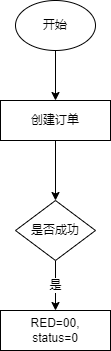
The draw.io diagram 厦门国际代付订单状态流转.drawio.png in songyibo2019/mydiagrams, before a commit. Source tidied: cells renumbered, new cells last; positions are measured from the earlier drawing's top-left corner, leaving out a move shared by most shapes. Source of this version:
```xml
<mxGraphModel>
  <root>
    <mxCell id="0" />
    <mxCell id="1" parent="0" />
    <mxCell id="2" style="edgeStyle=orthogonalEdgeStyle;rounded=0;jettySize=auto;html=1;exitX=0.5;exitY=1;exitDx=0;exitDy=0;entryX=0.5;entryY=0;entryDx=0;entryDy=0;" parent="1" edge="1" source="3" target="7">
      <mxGeometry relative="1" as="geometry" />
    </mxCell>
    <mxCell id="3" value="开始" style="ellipse;whiteSpace=wrap;html=1;" parent="1" vertex="1">
      <mxGeometry x="15" width="80" height="50" as="geometry" />
    </mxCell>
    <mxCell id="4" value="是" style="edgeStyle=orthogonalEdgeStyle;rounded=0;jettySize=auto;html=1;" parent="1" edge="1" source="5">
      <mxGeometry relative="1" as="geometry">
        <mxPoint x="55" y="310" as="targetPoint" />
      </mxGeometry>
    </mxCell>
    <mxCell id="5" value="是否成功" style="rhombus;whiteSpace=wrap;html=1;" parent="1" vertex="1">
      <mxGeometry x="15" y="200" width="80" height="60" as="geometry" />
    </mxCell>
    <mxCell id="6" style="edgeStyle=orthogonalEdgeStyle;rounded=0;jettySize=auto;html=1;exitX=0.5;exitY=1;exitDx=0;exitDy=0;entryX=0.5;entryY=0;entryDx=0;entryDy=0;" parent="1" edge="1" source="7" target="5">
      <mxGeometry relative="1" as="geometry" />
    </mxCell>
    <mxCell id="7" value="创建订单" style="rounded=0;whiteSpace=wrap;html=1;" parent="1" vertex="1">
      <mxGeometry y="100" width="110" height="40" as="geometry" />
    </mxCell>
    <mxCell id="8" value="RED=00,&lt;br&gt;status=0" style="rounded=0;whiteSpace=wrap;html=1;" parent="1" vertex="1">
      <mxGeometry y="310" width="110" height="40" as="geometry" />
    </mxCell>
  </root>
</mxGraphModel>
```
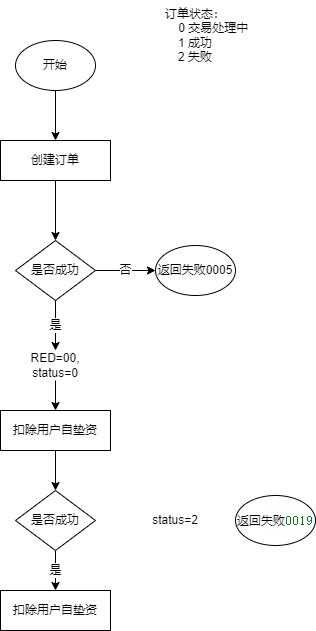
Above is the later version.

Commit message:
Update 厦门国际代付订单状态流转.drawio.png

Diff of the diagram source:
```diff
@@ -13,6 +13,9 @@
         <mxPoint x="55" y="310" as="targetPoint" />
       </mxGeometry>
     </mxCell>
+    <mxCell id="9" value="否" style="edgeStyle=orthogonalEdgeStyle;rounded=0;jettySize=auto;html=1;exitX=1;exitY=0.5;exitDx=0;exitDy=0;entryX=0;entryY=0.5;entryDx=0;entryDy=0;" parent="1" edge="1" source="5" target="11">
+      <mxGeometry relative="1" as="geometry" />
+    </mxCell>
     <mxCell id="5" value="是否成功" style="rhombus;whiteSpace=wrap;html=1;" parent="1" vertex="1">
       <mxGeometry x="15" y="200" width="80" height="60" as="geometry" />
     </mxCell>
@@ -22,8 +25,38 @@
     <mxCell id="7" value="创建订单" style="rounded=0;whiteSpace=wrap;html=1;" parent="1" vertex="1">
       <mxGeometry y="100" width="110" height="40" as="geometry" />
     </mxCell>
+    <mxCell id="10" style="edgeStyle=orthogonalEdgeStyle;rounded=0;jettySize=auto;html=1;exitX=0.5;exitY=1;exitDx=0;exitDy=0;entryX=0.5;entryY=0;entryDx=0;entryDy=0;" parent="1" edge="1" source="8" target="15">
+      <mxGeometry relative="1" as="geometry" />
+    </mxCell>
-    <mxCell id="8" value="RED=00,&lt;br&gt;status=0" style="rounded=0;whiteSpace=wrap;html=1;" parent="1" vertex="1">
-      <mxGeometry y="310" width="110" height="40" as="geometry" />
+    <mxCell id="8" value="扣除用户自垫资" style="rounded=0;whiteSpace=wrap;html=1;" parent="1" vertex="1">
+      <mxGeometry y="370" width="110" height="40" as="geometry" />
     </mxCell>
+    <mxCell id="11" value="返回失败0005" style="ellipse;whiteSpace=wrap;html=1;" parent="1" vertex="1">
+      <mxGeometry x="155" y="205" width="80" height="50" as="geometry" />
+    </mxCell>
+    <mxCell id="12" style="edgeStyle=orthogonalEdgeStyle;rounded=0;jettySize=auto;html=1;exitX=0.5;exitY=1;exitDx=0;exitDy=0;entryX=0.5;entryY=0;entryDx=0;entryDy=0;" parent="1" edge="1" source="13" target="8">
+      <mxGeometry relative="1" as="geometry" />
+    </mxCell>
+    <mxCell id="13" value="RED=00,&lt;br&gt;status=0" style="text;html=1;strokeColor=none;fillColor=none;align=center;verticalAlign=middle;whiteSpace=wrap;rounded=0;" parent="1" vertex="1">
+      <mxGeometry x="25" y="310" width="60" height="30" as="geometry" />
+    </mxCell>
+    <mxCell id="14" value="是" style="edgeStyle=orthogonalEdgeStyle;rounded=0;jettySize=auto;html=1;exitX=0.5;exitY=1;exitDx=0;exitDy=0;" parent="1" edge="1" source="15" target="17">
+      <mxGeometry relative="1" as="geometry" />
+    </mxCell>
+    <mxCell id="15" value="是否成功" style="rhombus;whiteSpace=wrap;html=1;" parent="1" vertex="1">
+      <mxGeometry x="15" y="450" width="80" height="60" as="geometry" />
+    </mxCell>
+    <mxCell id="16" value="返回失败&lt;span style=&quot;color: rgb(6 , 125 , 23) ; background-color: rgb(255 , 255 , 255) ; font-family: &amp;#34;jetbrains mono&amp;#34; , monospace ; font-size: 9.8pt&quot;&gt;0019&lt;/span&gt;" style="ellipse;whiteSpace=wrap;html=1;" parent="1" vertex="1">
+      <mxGeometry x="235" y="455" width="80" height="50" as="geometry" />
+    </mxCell>
+    <mxCell id="17" value="扣除用户自垫资" style="rounded=0;whiteSpace=wrap;html=1;" parent="1" vertex="1">
+      <mxGeometry y="550" width="110" height="40" as="geometry" />
+    </mxCell>
+    <mxCell id="18" value="status=2" style="text;html=1;strokeColor=none;fillColor=none;align=center;verticalAlign=middle;whiteSpace=wrap;rounded=0;" parent="1" vertex="1">
+      <mxGeometry x="145" y="465" width="60" height="30" as="geometry" />
+    </mxCell>
+    <mxCell id="19" value="订单状态：&lt;br&gt;&amp;nbsp; &amp;nbsp; &amp;nbsp; &amp;nbsp; &amp;nbsp; &amp;nbsp;0 交易处理中&lt;br&gt;1 成功&lt;br&gt;2 失败" style="text;html=1;strokeColor=none;fillColor=none;align=center;verticalAlign=middle;whiteSpace=wrap;rounded=0;" parent="1" vertex="1">
+      <mxGeometry x="135" y="-40" width="120" height="70" as="geometry" />
+    </mxCell>
   </root>
 </mxGraphModel>
```
